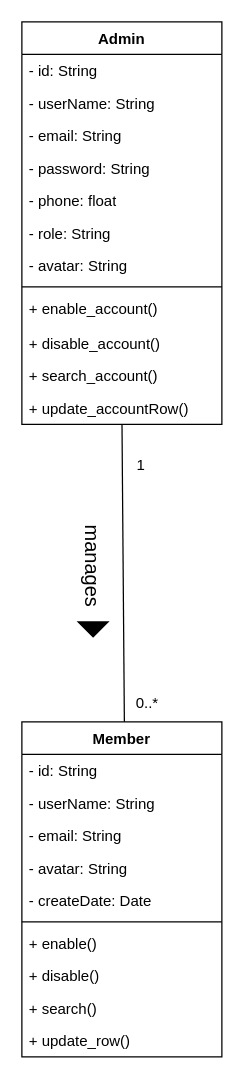
The draw.io diagram page "Account" (15 of 25) of Untitled Diagram.drawio in minhng-178/web-starter-projects, before the edit. Source tidied: cells renumbered, new cells numbered last; positions are measured from the earlier drawing's top-left corner, leaving out a move shared by most shapes. Both pictures are drawn from the tidied source at 125%, with x=0, y=0 at pixel (21, 21).
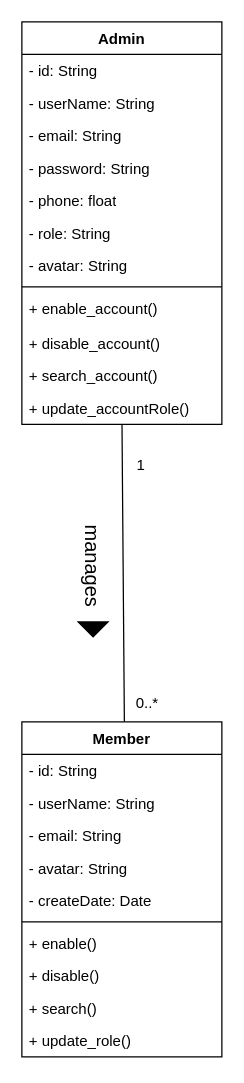
After the change.

The change refers to these unchanged cells:
```xml
<mxCell id="2" value="Admin" style="swimlane;fontStyle=1;align=center;verticalAlign=top;horizontal=1;startSize=26;whiteSpace=wrap;html=1;" parent="1" vertex="1">
  <mxGeometry width="160" height="322" as="geometry" />
</mxCell>
<mxCell id="20" value="Member" style="swimlane;fontStyle=1;align=center;verticalAlign=top;horizontal=1;startSize=26;whiteSpace=wrap;html=1;" parent="1" vertex="1">
  <mxGeometry y="560" width="160" height="268" as="geometry" />
</mxCell>
```

The edit, as a diff of the source:
```diff
@@
-    <mxCell id="14" value="+ update_accountRow()" style="text;strokeColor=none;fillColor=none;align=left;verticalAlign=top;spacingLeft=4;spacingRight=4;overflow=hidden;points=[[0,0.5],[1,0.5]];portConstraint=eastwest;whiteSpace=wrap;html=1;" parent="2" vertex="1">
+    <mxCell id="14" value="+ update_accountRole()" style="text;strokeColor=none;fillColor=none;align=left;verticalAlign=top;spacingLeft=4;spacingRight=4;overflow=hidden;points=[[0,0.5],[1,0.5]];portConstraint=eastwest;whiteSpace=wrap;html=1;" parent="2" vertex="1">
       <mxGeometry y="296" width="160" height="26" as="geometry" />
     </mxCell>
@@
-    <mxCell id="30" value="+ update_row()" style="text;strokeColor=none;fillColor=none;align=left;verticalAlign=top;spacingLeft=4;spacingRight=4;overflow=hidden;whiteSpace=wrap;html=1;" parent="20" vertex="1">
+    <mxCell id="30" value="+ update_role()" style="text;strokeColor=none;fillColor=none;align=left;verticalAlign=top;spacingLeft=4;spacingRight=4;overflow=hidden;whiteSpace=wrap;html=1;" parent="20" vertex="1">
       <mxGeometry y="242" width="160" height="26" as="geometry" />
     </mxCell>
```
